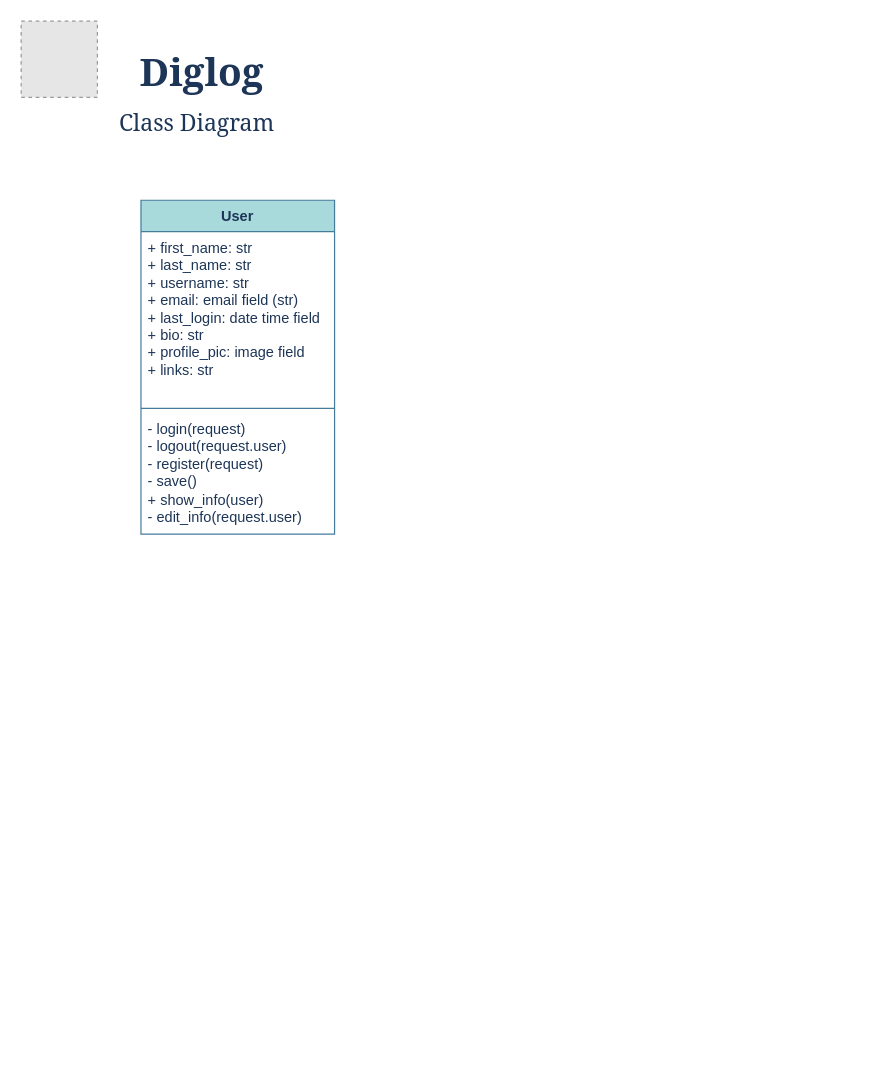
Before: Diglog-Intro/class.drawio in mmd-punisher/Diglog, a draw.io diagram. Source tidied: cells renumbered, new cells numbered last; positions are measured from the earlier drawing's top-left corner, leaving out a move shared by most shapes. Both pictures are drawn from the tidied source at 121%, with x=0, y=0 at pixel (21, 21). Pictures stored in the file or linked from it are replaced by grey dashed boxes.
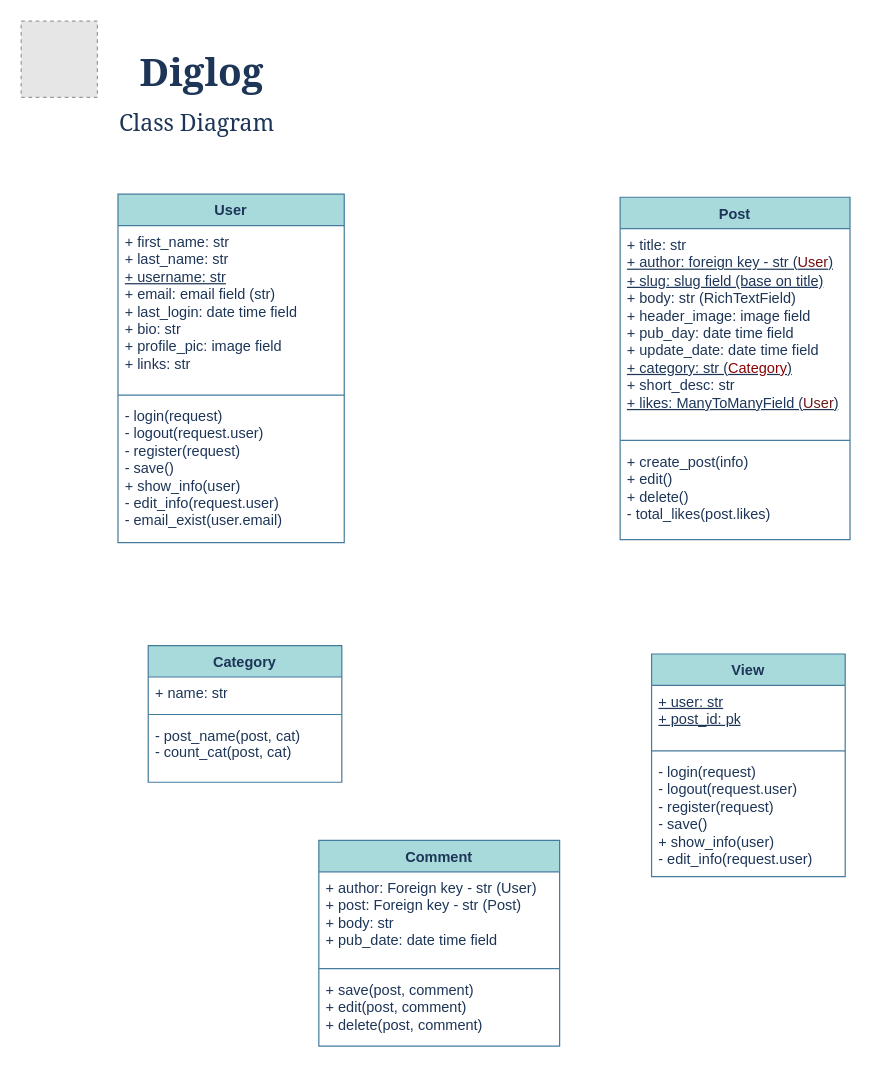
The same page after the edit.

Change to the diagram source:
```diff
@@
     <mxCell id="5" value="User" style="swimlane;fontStyle=1;align=center;verticalAlign=top;horizontal=1;startSize=26;whiteSpace=wrap;html=1;labelBackgroundColor=none;fillColor=#A8DADC;strokeColor=#457B9D;fontColor=#1D3557;" parent="1" vertex="1">
-      <mxGeometry x="99" y="148" width="160" height="276" as="geometry" />
+      <mxGeometry x="80" y="143" width="187" height="288" as="geometry" />
     </mxCell>
-    <mxCell id="6" value="+ first_name: str&lt;div&gt;+ last_name: str&lt;/div&gt;&lt;div&gt;+ username: str&lt;/div&gt;&lt;div&gt;+ email: email field (str)&lt;/div&gt;&lt;div&gt;+ last_login: date time field&lt;/div&gt;&lt;div&gt;+ bio: str&lt;/div&gt;&lt;div&gt;+ profile_pic: image field&lt;/div&gt;&lt;div&gt;+ links: str&lt;/div&gt;" style="text;strokeColor=none;fillColor=none;align=left;verticalAlign=top;spacingLeft=4;spacingRight=4;overflow=hidden;whiteSpace=wrap;html=1;labelBackgroundColor=none;fontColor=#1D3557;" parent="5" vertex="1">
-      <mxGeometry y="26" width="160" height="142" as="geometry" />
+    <mxCell id="6" value="+ first_name: str&lt;div&gt;+ last_name: str&lt;/div&gt;&lt;div&gt;&lt;u&gt;+ username: str&lt;/u&gt;&lt;/div&gt;&lt;div&gt;+ email: email field (str)&lt;/div&gt;&lt;div&gt;+ last_login: date time field&lt;/div&gt;&lt;div&gt;+ bio: str&lt;/div&gt;&lt;div&gt;+ profile_pic: image field&lt;/div&gt;&lt;div&gt;+ links: str&lt;/div&gt;" style="text;strokeColor=none;fillColor=none;align=left;verticalAlign=top;spacingLeft=4;spacingRight=4;overflow=hidden;whiteSpace=wrap;html=1;labelBackgroundColor=none;fontColor=#1D3557;" parent="5" vertex="1">
+      <mxGeometry y="26" width="187" height="136" as="geometry" />
     </mxCell>
     <mxCell id="7" style="line;strokeWidth=1;fillColor=none;align=left;verticalAlign=middle;spacingTop=-1;spacingLeft=3;spacingRight=3;labelPosition=right;strokeColor=#457B9D;labelBackgroundColor=none;fontColor=#1D3557;" parent="5" vertex="1">
-      <mxGeometry y="168" width="160" height="8" as="geometry" />
+      <mxGeometry y="162" width="187" height="8" as="geometry" />
     </mxCell>
-    <mxCell id="8" value="- login(request)&lt;div&gt;- logout(request.user)&lt;/div&gt;&lt;div&gt;- register(request)&lt;/div&gt;&lt;div&gt;- save()&lt;/div&gt;&lt;div&gt;+ show_info(user)&lt;/div&gt;&lt;div&gt;- edit_info(request.user)&lt;/div&gt;" style="text;strokeColor=none;fillColor=none;align=left;verticalAlign=top;spacingLeft=4;spacingRight=4;overflow=hidden;whiteSpace=wrap;html=1;labelBackgroundColor=none;fontColor=#1D3557;" parent="5" vertex="1">
-      <mxGeometry y="176" width="160" height="100" as="geometry" />
+    <mxCell id="8" value="- login(request)&lt;div&gt;- logout(request.user)&lt;/div&gt;&lt;div&gt;- register(request)&lt;/div&gt;&lt;div&gt;- save()&lt;/div&gt;&lt;div&gt;+ show_info(user)&lt;/div&gt;&lt;div&gt;- edit_info(request.user)&lt;/div&gt;&lt;div&gt;- email_exist(user.email)&lt;/div&gt;&lt;div&gt;&lt;br&gt;&lt;/div&gt;" style="text;strokeColor=none;fillColor=none;align=left;verticalAlign=top;spacingLeft=4;spacingRight=4;overflow=hidden;whiteSpace=wrap;html=1;labelBackgroundColor=none;fontColor=#1D3557;" parent="5" vertex="1">
+      <mxGeometry y="170" width="187" height="118" as="geometry" />
     </mxCell>
+    <mxCell id="9" value="Post" style="swimlane;fontStyle=1;align=center;verticalAlign=top;horizontal=1;startSize=26;whiteSpace=wrap;html=1;labelBackgroundColor=none;fillColor=#A8DADC;strokeColor=#457B9D;fontColor=#1D3557;" parent="1" vertex="1">
+      <mxGeometry x="495" y="145.5" width="190" height="283" as="geometry" />
+    </mxCell>
+    <mxCell id="10" value="+ title: str&lt;div&gt;&lt;u&gt;+ author: foreign key - str (&lt;font color=&quot;#770d0d&quot; style=&quot;--darkreader-inline-color: #ff8585;&quot;&gt;User&lt;/font&gt;)&lt;/u&gt;&lt;/div&gt;&lt;div&gt;&lt;u&gt;+ slug: slug field (base on title)&lt;/u&gt;&lt;/div&gt;&lt;div&gt;+ body: str (RichTextField)&lt;/div&gt;&lt;div&gt;+ header_image: image field&lt;/div&gt;&lt;div&gt;+ pub_day: date time field&lt;/div&gt;&lt;div&gt;+ update_date: date time field&lt;/div&gt;&lt;div&gt;&lt;u&gt;+ category: str (&lt;font color=&quot;#870303&quot; style=&quot;--darkreader-inline-color: #ff7474;&quot;&gt;Category&lt;/font&gt;)&lt;/u&gt;&lt;/div&gt;&lt;div&gt;+ short_desc: str&lt;/div&gt;&lt;div&gt;&lt;u&gt;+ likes: ManyToManyField (&lt;font style=&quot;--darkreader-inline-color: #f58d8d;&quot; color=&quot;#711919&quot;&gt;User&lt;/font&gt;)&lt;/u&gt;&lt;/div&gt;&lt;div&gt;&lt;br&gt;&lt;/div&gt;" style="text;strokeColor=none;fillColor=none;align=left;verticalAlign=top;spacingLeft=4;spacingRight=4;overflow=hidden;whiteSpace=wrap;html=1;labelBackgroundColor=none;fontColor=#1D3557;" parent="9" vertex="1">
+      <mxGeometry y="26" width="190" height="171" as="geometry" />
+    </mxCell>
+    <mxCell id="11" style="line;strokeWidth=1;fillColor=none;align=left;verticalAlign=middle;spacingTop=-1;spacingLeft=3;spacingRight=3;labelPosition=right;strokeColor=#457B9D;labelBackgroundColor=none;fontColor=#1D3557;" parent="9" vertex="1">
+      <mxGeometry y="197" width="190" height="8" as="geometry" />
+    </mxCell>
+    <mxCell id="12" value="+ create_post(info)&lt;div&gt;+ edit()&lt;/div&gt;&lt;div&gt;+ delete()&lt;/div&gt;&lt;div&gt;- total_likes(post.likes)&lt;/div&gt;" style="text;strokeColor=none;fillColor=none;align=left;verticalAlign=top;spacingLeft=4;spacingRight=4;overflow=hidden;whiteSpace=wrap;html=1;labelBackgroundColor=none;fontColor=#1D3557;" parent="9" vertex="1">
+      <mxGeometry y="205" width="190" height="78" as="geometry" />
+    </mxCell>
+    <mxCell id="13" value="Category" style="swimlane;fontStyle=1;align=center;verticalAlign=top;horizontal=1;startSize=26;whiteSpace=wrap;html=1;labelBackgroundColor=none;fillColor=#A8DADC;strokeColor=#457B9D;fontColor=#1D3557;" parent="1" vertex="1">
+      <mxGeometry x="105" y="516" width="160" height="113" as="geometry" />
+    </mxCell>
+    <mxCell id="14" value="+ name: str" style="text;strokeColor=none;fillColor=none;align=left;verticalAlign=top;spacingLeft=4;spacingRight=4;overflow=hidden;whiteSpace=wrap;html=1;labelBackgroundColor=none;fontColor=#1D3557;" parent="13" vertex="1">
+      <mxGeometry y="26" width="160" height="27" as="geometry" />
+    </mxCell>
+    <mxCell id="15" style="line;strokeWidth=1;fillColor=none;align=left;verticalAlign=middle;spacingTop=-1;spacingLeft=3;spacingRight=3;labelPosition=right;strokeColor=#457B9D;labelBackgroundColor=none;fontColor=#1D3557;" parent="13" vertex="1">
+      <mxGeometry y="53" width="160" height="8" as="geometry" />
+    </mxCell>
+    <mxCell id="16" value="- post_name(post, cat)&lt;div&gt;- count_cat(post, cat)&lt;/div&gt;" style="text;strokeColor=none;fillColor=none;align=left;verticalAlign=top;spacingLeft=4;spacingRight=4;overflow=hidden;whiteSpace=wrap;html=1;labelBackgroundColor=none;fontColor=#1D3557;" parent="13" vertex="1">
+      <mxGeometry y="61" width="160" height="52" as="geometry" />
+    </mxCell>
+    <mxCell id="17" value="View" style="swimlane;fontStyle=1;align=center;verticalAlign=top;horizontal=1;startSize=26;whiteSpace=wrap;html=1;labelBackgroundColor=none;fillColor=#A8DADC;strokeColor=#457B9D;fontColor=#1D3557;" parent="1" vertex="1">
+      <mxGeometry x="521" y="523" width="160" height="184" as="geometry" />
+    </mxCell>
+    <mxCell id="18" value="&lt;u&gt;+ user: str&lt;/u&gt;&lt;div&gt;&lt;u&gt;+ post_id: pk&lt;/u&gt;&lt;/div&gt;" style="text;strokeColor=none;fillColor=none;align=left;verticalAlign=top;spacingLeft=4;spacingRight=4;overflow=hidden;whiteSpace=wrap;html=1;labelBackgroundColor=none;fontColor=#1D3557;" parent="17" vertex="1">
+      <mxGeometry y="26" width="160" height="50" as="geometry" />
+    </mxCell>
+    <mxCell id="19" style="line;strokeWidth=1;fillColor=none;align=left;verticalAlign=middle;spacingTop=-1;spacingLeft=3;spacingRight=3;labelPosition=right;strokeColor=#457B9D;labelBackgroundColor=none;fontColor=#1D3557;" parent="17" vertex="1">
+      <mxGeometry y="76" width="160" height="8" as="geometry" />
+    </mxCell>
+    <mxCell id="20" value="- login(request)&lt;div&gt;- logout(request.user)&lt;/div&gt;&lt;div&gt;- register(request)&lt;/div&gt;&lt;div&gt;- save()&lt;/div&gt;&lt;div&gt;+ show_info(user)&lt;/div&gt;&lt;div&gt;- edit_info(request.user)&lt;/div&gt;" style="text;strokeColor=none;fillColor=none;align=left;verticalAlign=top;spacingLeft=4;spacingRight=4;overflow=hidden;whiteSpace=wrap;html=1;labelBackgroundColor=none;fontColor=#1D3557;" parent="17" vertex="1">
+      <mxGeometry y="84" width="160" height="100" as="geometry" />
+    </mxCell>
+    <mxCell id="21" value="Comment" style="swimlane;fontStyle=1;align=center;verticalAlign=top;horizontal=1;startSize=26;whiteSpace=wrap;html=1;labelBackgroundColor=none;fillColor=#A8DADC;strokeColor=#457B9D;fontColor=#1D3557;" parent="1" vertex="1">
+      <mxGeometry x="246" y="677" width="199" height="170" as="geometry" />
+    </mxCell>
+    <mxCell id="22" value="+ author: Foreign key - str (User)&lt;div&gt;+ post: Foreign key - str (Post)&lt;/div&gt;&lt;div&gt;+ body: str&lt;/div&gt;&lt;div&gt;+ pub_date: date time field&lt;/div&gt;" style="text;strokeColor=none;fillColor=none;align=left;verticalAlign=top;spacingLeft=4;spacingRight=4;overflow=hidden;whiteSpace=wrap;html=1;labelBackgroundColor=none;fontColor=#1D3557;" parent="21" vertex="1">
+      <mxGeometry y="26" width="199" height="76" as="geometry" />
+    </mxCell>
+    <mxCell id="23" style="line;strokeWidth=1;fillColor=none;align=left;verticalAlign=middle;spacingTop=-1;spacingLeft=3;spacingRight=3;labelPosition=right;strokeColor=#457B9D;labelBackgroundColor=none;fontColor=#1D3557;" parent="21" vertex="1">
+      <mxGeometry y="102" width="199" height="8" as="geometry" />
+    </mxCell>
+    <mxCell id="24" value="+ save(post, comment)&lt;div&gt;+ edit(post, comment)&lt;/div&gt;&lt;div&gt;+ delete(post, comment)&lt;/div&gt;" style="text;strokeColor=none;fillColor=none;align=left;verticalAlign=top;spacingLeft=4;spacingRight=4;overflow=hidden;whiteSpace=wrap;html=1;labelBackgroundColor=none;fontColor=#1D3557;" parent="21" vertex="1">
+      <mxGeometry y="110" width="199" height="60" as="geometry" />
+    </mxCell>
```
